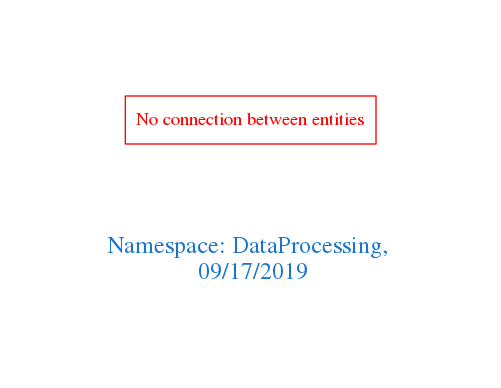
Earlier version of the Graphviz export downloads/DataProcessing.png (arago/OGIT). Its source is kept beside it as downloads/DataProcessing.dot.
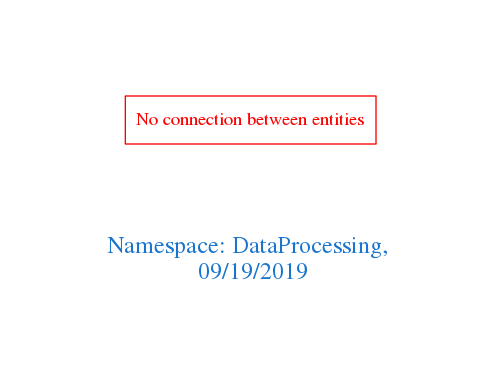
After the commit.

The edit, as a diff of the source:
```diff
@@ -1,7 +1,7 @@
 digraph OGIT_ontology {
  graph [ rankdir= LR,pad=1
 fontsize = 18,
-fontcolor= dodgerblue3,label = "\n\n\nNamespace: DataProcessing, \n 09/17/2019"];
+fontcolor= dodgerblue3,label = "\n\n\nNamespace: DataProcessing, \n 09/19/2019"];
 node[shape=polygon];
 edge [  color="gray81"];
 
```
